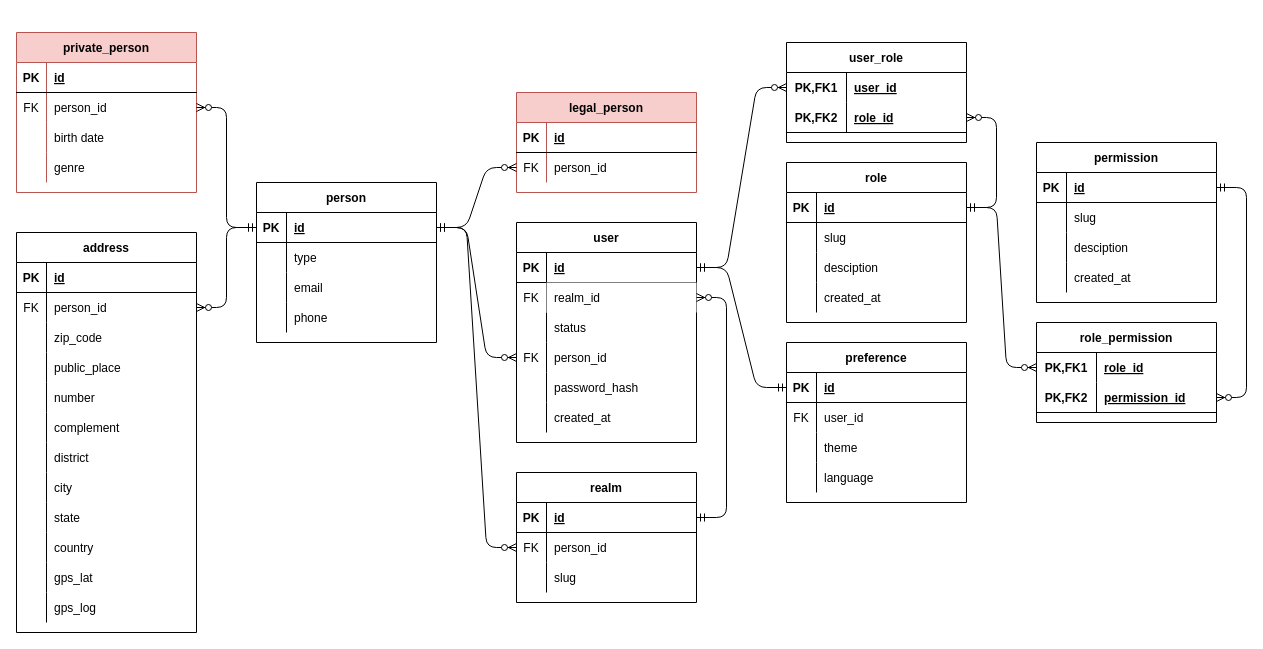
The draw.io diagram doc/baseacl.drawio in rafaelaraujobr/baseacl, before the edit. Source tidied: cells renumbered, new cells numbered last; positions are measured from the earlier drawing's top-left corner, leaving out a move shared by most shapes. Both pictures are drawn from the tidied source at 100%, with x=0, y=0 at pixel (16, 32).
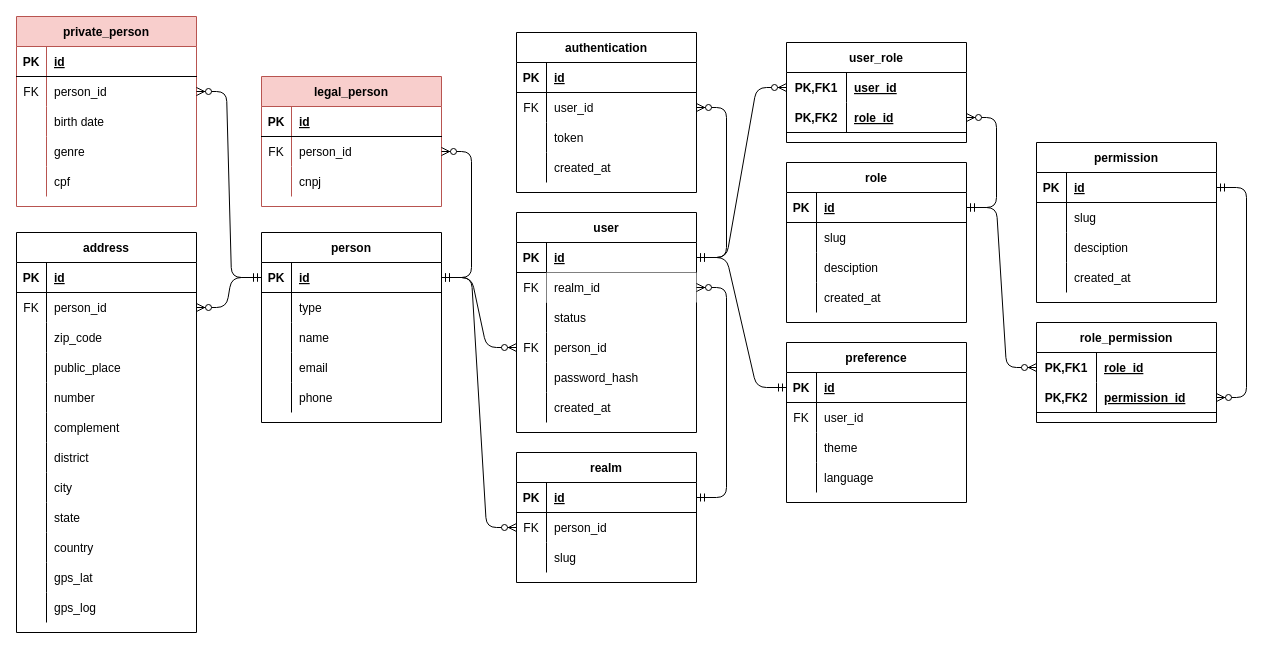
The same diagram, later.

Unchanged cells that the change refers to:
```xml
<mxCell id="3" style="shape=partialRectangle;fillColor=none;top=0;left=0;bottom=1;right=0;points=[[0,0.5],[1,0.5]];portConstraint=eastwest;" parent="2" vertex="1">
  <mxGeometry y="30" width="180" height="30" as="geometry" />
</mxCell>
```

Change to the diagram source:
```diff
@@
     <mxCell id="2" value="user" style="shape=table;startSize=30;childLayout=tableLayout;rowLines=0;fontStyle=1;align=center;" parent="1" vertex="1">
-      <mxGeometry x="500" y="190" width="180" height="220" as="geometry" />
+      <mxGeometry x="500" y="180" width="180" height="220" as="geometry" />
     </mxCell>
@@
     <mxCell id="21" value="person" style="shape=table;startSize=30;childLayout=tableLayout;rowLines=0;fontStyle=1;align=center;" parent="1" vertex="1">
-      <mxGeometry x="240" y="150" width="180" height="160" as="geometry" />
+      <mxGeometry x="245" y="200" width="180" height="190" as="geometry" />
     </mxCell>
@@
+    <mxCell id="165" style="shape=partialRectangle;fillColor=none;top=0;left=0;bottom=0;right=0;" parent="21" vertex="1">
+      <mxGeometry y="90" width="180" height="30" as="geometry" />
+    </mxCell>
+    <mxCell id="166" style="shape=partialRectangle;fillColor=none;top=0;left=0;bottom=0;right=0;overflow=hidden;" parent="165" vertex="1">
+      <mxGeometry width="30" height="30" as="geometry" />
+    </mxCell>
+    <mxCell id="167" value="name" style="shape=partialRectangle;fillColor=none;top=0;left=0;bottom=0;right=0;align=left;spacingLeft=6;overflow=hidden;" parent="165" vertex="1">
+      <mxGeometry x="30" width="150" height="30" as="geometry" />
+    </mxCell>
     <mxCell id="28" style="shape=partialRectangle;fillColor=none;top=0;left=0;bottom=0;right=0;" parent="21" vertex="1">
-      <mxGeometry y="90" width="180" height="30" as="geometry" />
+      <mxGeometry y="120" width="180" height="30" as="geometry" />
     </mxCell>
@@
     <mxCell id="31" style="shape=partialRectangle;fillColor=none;top=0;left=0;bottom=0;right=0;" parent="21" vertex="1">
-      <mxGeometry y="120" width="180" height="30" as="geometry" />
+      <mxGeometry y="150" width="180" height="30" as="geometry" />
     </mxCell>
@@
     <mxCell id="129" value="private_person" style="shape=table;startSize=30;childLayout=tableLayout;rowLines=0;fontStyle=1;align=center;fillColor=#f8cecc;strokeColor=#b85450;" parent="1" vertex="1">
-      <mxGeometry width="180" height="160" as="geometry" />
+      <mxGeometry y="-16" width="180" height="190" as="geometry" />
     </mxCell>
@@
+    <mxCell id="168" style="shape=partialRectangle;fillColor=none;top=0;left=0;bottom=0;right=0;" parent="129" vertex="1">
+      <mxGeometry y="150" width="180" height="30" as="geometry" />
+    </mxCell>
+    <mxCell id="169" style="shape=partialRectangle;fillColor=none;top=0;left=0;bottom=0;right=0;overflow=hidden;" parent="168" vertex="1">
+      <mxGeometry width="30" height="30" as="geometry" />
+    </mxCell>
+    <mxCell id="170" value="cpf" style="shape=partialRectangle;fillColor=none;top=0;left=0;bottom=0;right=0;align=left;spacingLeft=6;overflow=hidden;" parent="168" vertex="1">
+      <mxGeometry x="30" width="150" height="30" as="geometry" />
+    </mxCell>
@@
     <mxCell id="144" value="legal_person" style="shape=table;startSize=30;childLayout=tableLayout;rowLines=0;fontStyle=1;align=center;fillColor=#f8cecc;strokeColor=#b85450;" parent="1" vertex="1">
-      <mxGeometry x="500" y="60" width="180" height="100" as="geometry" />
+      <mxGeometry x="245" y="44" width="180" height="130" as="geometry" />
     </mxCell>
@@
+    <mxCell id="171" style="shape=partialRectangle;fillColor=none;top=0;left=0;bottom=0;right=0;" parent="144" vertex="1">
+      <mxGeometry y="90" width="180" height="30" as="geometry" />
+    </mxCell>
+    <mxCell id="172" style="shape=partialRectangle;fillColor=none;top=0;left=0;bottom=0;right=0;overflow=hidden;" parent="171" vertex="1">
+      <mxGeometry width="30" height="30" as="geometry" />
+    </mxCell>
+    <mxCell id="173" value="cnpj" style="shape=partialRectangle;fillColor=none;top=0;left=0;bottom=0;right=0;align=left;spacingLeft=6;overflow=hidden;" parent="171" vertex="1">
+      <mxGeometry x="30" width="150" height="30" as="geometry" />
+    </mxCell>
     <mxCell id="151" value="realm" style="shape=table;startSize=30;childLayout=tableLayout;rowLines=0;fontStyle=1;align=center;" parent="1" vertex="1">
-      <mxGeometry x="500" y="440" width="180" height="130" as="geometry" />
+      <mxGeometry x="500" y="420" width="180" height="130" as="geometry" />
     </mxCell>
@@
+    <mxCell id="174" value="authentication" style="shape=table;startSize=30;childLayout=tableLayout;rowLines=0;fontStyle=1;align=center;" parent="1" vertex="1">
+      <mxGeometry x="500" width="180" height="160" as="geometry" />
+    </mxCell>
+    <mxCell id="175" style="shape=partialRectangle;fillColor=none;top=0;left=0;bottom=1;right=0;" parent="174" vertex="1">
+      <mxGeometry y="30" width="180" height="30" as="geometry" />
+    </mxCell>
+    <mxCell id="176" value="PK" style="shape=partialRectangle;fillColor=none;top=0;left=0;bottom=0;right=0;fontStyle=1;overflow=hidden;" parent="175" vertex="1">
+      <mxGeometry width="30" height="30" as="geometry" />
+    </mxCell>
+    <mxCell id="177" value="id" style="shape=partialRectangle;fillColor=none;top=0;left=0;bottom=0;right=0;align=left;spacingLeft=6;fontStyle=5;overflow=hidden;" parent="175" vertex="1">
+      <mxGeometry x="30" width="150" height="30" as="geometry" />
+    </mxCell>
+    <mxCell id="178" style="shape=partialRectangle;fillColor=none;top=0;left=0;bottom=0;right=0;points=[[0,0.5],[1,0.5]];portConstraint=eastwest;" parent="174" vertex="1">
+      <mxGeometry y="60" width="180" height="30" as="geometry" />
+    </mxCell>
+    <mxCell id="179" value="FK" style="shape=partialRectangle;fillColor=none;top=0;left=0;bottom=0;right=0;overflow=hidden;" parent="178" vertex="1">
+      <mxGeometry width="30" height="30" as="geometry" />
+    </mxCell>
+    <mxCell id="180" value="user_id" style="shape=partialRectangle;fillColor=none;top=0;left=0;bottom=0;right=0;align=left;spacingLeft=6;overflow=hidden;" parent="178" vertex="1">
+      <mxGeometry x="30" width="150" height="30" as="geometry" />
+    </mxCell>
+    <mxCell id="181" style="shape=partialRectangle;fillColor=none;top=0;left=0;bottom=0;right=0;" parent="174" vertex="1">
+      <mxGeometry y="90" width="180" height="30" as="geometry" />
+    </mxCell>
+    <mxCell id="182" style="shape=partialRectangle;fillColor=none;top=0;left=0;bottom=0;right=0;overflow=hidden;" parent="181" vertex="1">
+      <mxGeometry width="30" height="30" as="geometry" />
+    </mxCell>
+    <mxCell id="183" value="token" style="shape=partialRectangle;fillColor=none;top=0;left=0;bottom=0;right=0;align=left;spacingLeft=6;overflow=hidden;" parent="181" vertex="1">
+      <mxGeometry x="30" width="150" height="30" as="geometry" />
+    </mxCell>
+    <mxCell id="184" style="shape=partialRectangle;fillColor=none;top=0;left=0;bottom=0;right=0;" parent="174" vertex="1">
+      <mxGeometry y="120" width="180" height="30" as="geometry" />
+    </mxCell>
+    <mxCell id="185" style="shape=partialRectangle;fillColor=none;top=0;left=0;bottom=0;right=0;overflow=hidden;" parent="184" vertex="1">
+      <mxGeometry width="30" height="30" as="geometry" />
+    </mxCell>
+    <mxCell id="186" value="created_at" style="shape=partialRectangle;fillColor=none;top=0;left=0;bottom=0;right=0;align=left;spacingLeft=6;overflow=hidden;" parent="184" vertex="1">
+      <mxGeometry x="30" width="150" height="30" as="geometry" />
+    </mxCell>
+    <mxCell id="187" style="edgeStyle=entityRelationEdgeStyle;fontSize=12;html=1;endArrow=ERzeroToMany;startArrow=ERmandOne;entryX=1;entryY=0.5;entryDx=0;entryDy=0;" parent="1" edge="1" source="3" target="178">
+      <mxGeometry relative="1" as="geometry" />
+    </mxCell>
```
